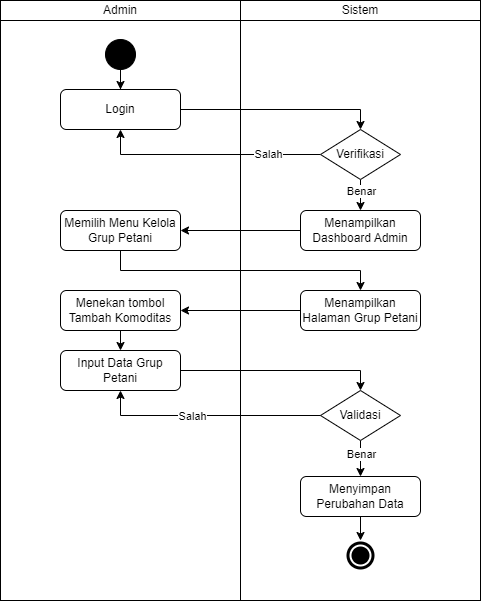
Earlier version of the draw.io export docs/activity-diagram/farmers/farmer-groups/create-farmer-group.drawio.png (mitra-agro-usaha-perkebunan/maup-app-docs). Source tidied: cells renumbered, new cells last; positions are measured from the earlier drawing's top-left corner, leaving out a move shared by most shapes.
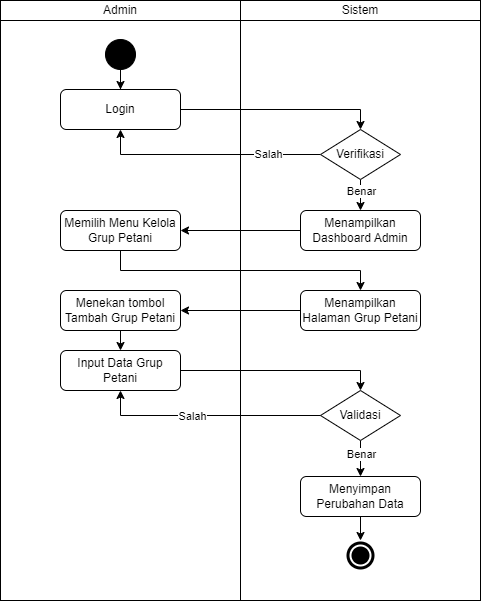
After the commit.

Commit message:
update: activity-diagram

What changed in the source:
```diff
@@ -43,7 +43,7 @@
     <mxCell id="13" value="Menampilkan Dashboard Admin" style="rounded=1;whiteSpace=wrap;html=1;" parent="1" vertex="1">
       <mxGeometry x="300" y="210" width="120" height="40" as="geometry" />
     </mxCell>
-    <mxCell id="14" value="Menekan tombol Tambah Komoditas" style="rounded=1;whiteSpace=wrap;html=1;" parent="1" vertex="1">
+    <mxCell id="14" value="Menekan tombol Tambah Grup Petani" style="rounded=1;whiteSpace=wrap;html=1;" parent="1" vertex="1">
       <mxGeometry x="60" y="290" width="120" height="40" as="geometry" />
     </mxCell>
     <mxCell id="15" style="edgeStyle=orthogonalEdgeStyle;rounded=0;jettySize=auto;html=1;" parent="1" edge="1" source="16" target="14">
```
